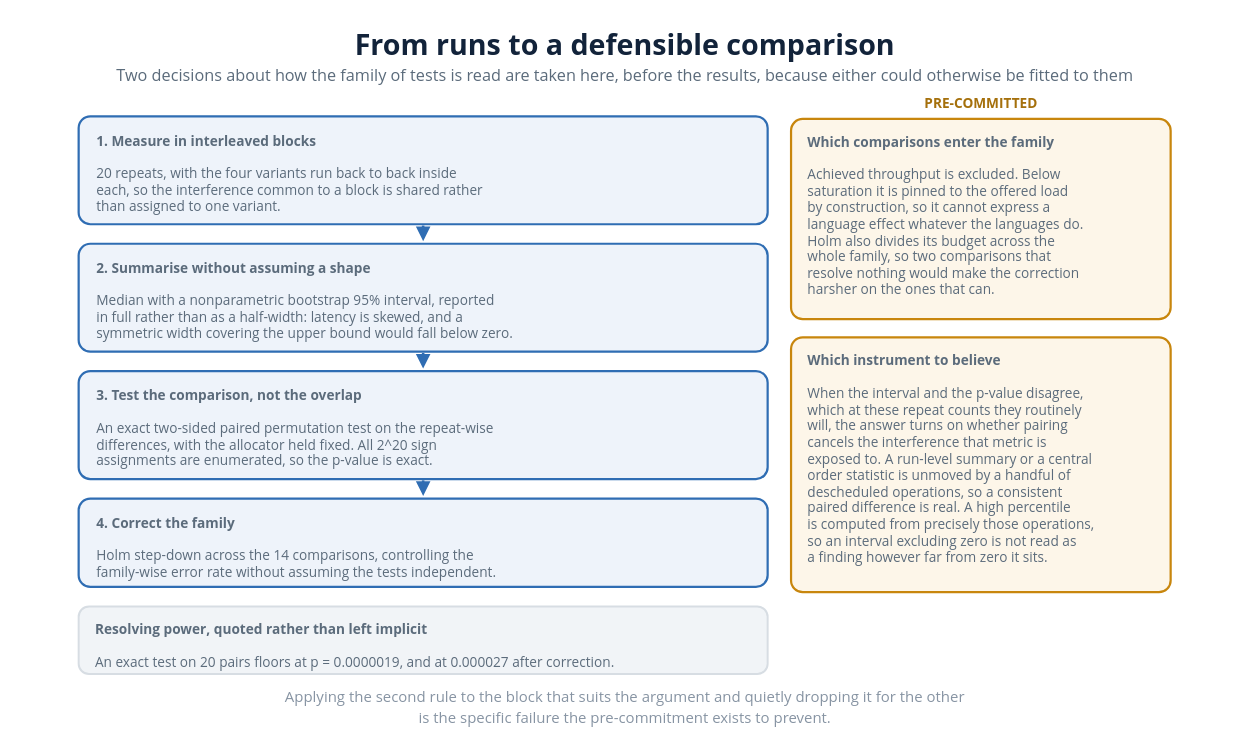
Earlier version of the draw.io diagram diagrams/23_stats_pipeline.drawio (VienThanh12/Master-Thesis). Source tidied: cells renumbered, new cells numbered last; positions are measured from the earlier drawing's top-left corner, leaving out a move shared by most shapes. Both pictures are drawn from the tidied source at 130%, with x=0, y=0 at pixel (22, 21).
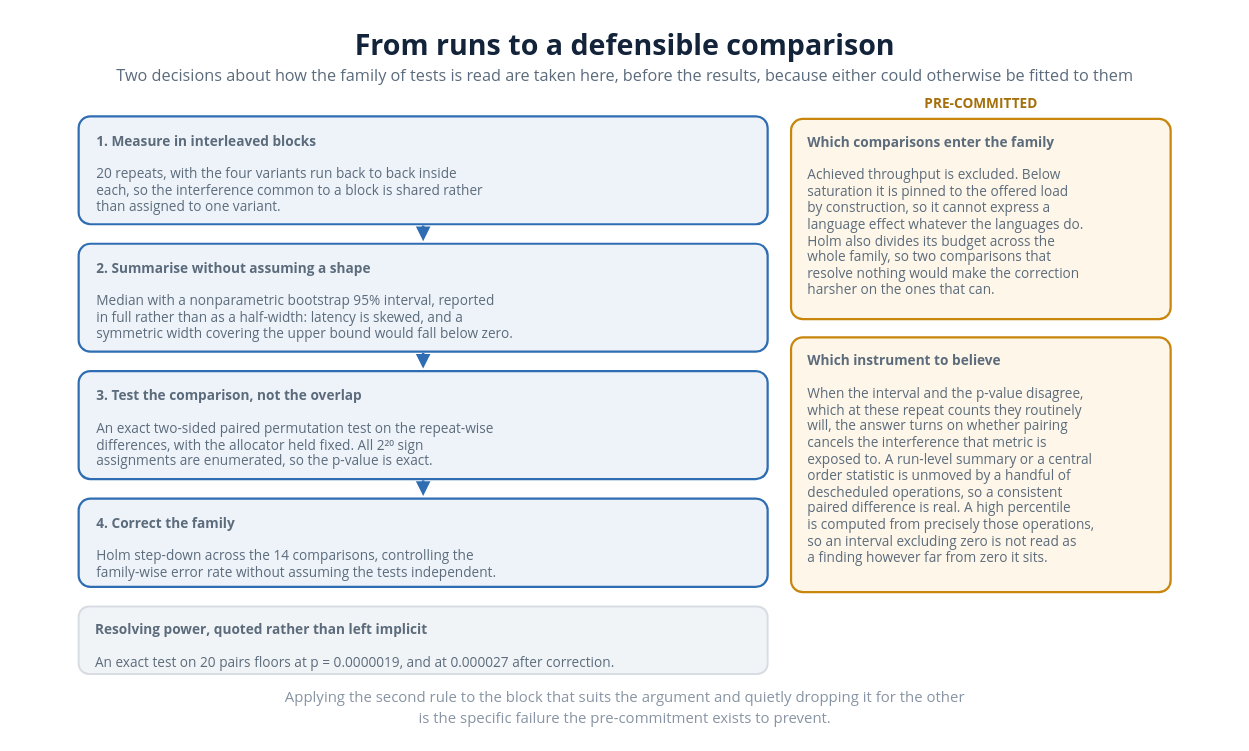
The same diagram, later.

Commit message (it also covers changes not shown here):
Use Unicode superscript for the remaining 2^20 exponent in the stats pipeline diagram

Change to the diagram source:
```diff
@@
 <mxGraphModel>
   <root>
     <mxCell id="0" />
     <mxCell id="1" parent="0" />
     <mxCell id="2" value="From runs to a defensible comparison" style="text;html=1;strokeColor=none;fillColor=none;whiteSpace=nowrap;align=center;verticalAlign=middle;fontSize=22;fontColor=#12233a;fontFamily=Segoe UI;fontStyle=1;" parent="1" vertex="1">
       <mxGeometry x="247.2" y="0.1" width="431.6" height="33" as="geometry" />
     </mxCell>
     <mxCell id="3" value="Two decisions about how the family of tests is read are taken here, before the results, because either could otherwise be fitted to them" style="text;html=1;strokeColor=none;fillColor=none;whiteSpace=nowrap;align=center;verticalAlign=middle;fontSize=12.5;fontColor=#5b6b7b;fontFamily=Segoe UI;" parent="1" vertex="1">
       <mxGeometry x="-0.2" y="31.1" width="926.5" height="18.8" as="geometry" />
     </mxCell>
     <mxCell id="4" value="&lt;b&gt;1.  Measure in interleaved blocks&lt;/b&gt;&lt;br&gt;&lt;br&gt;20 repeats, with the four variants run back to back inside&lt;br&gt;each, so the interference common to a block is shared rather&lt;br&gt;than assigned to one variant." style="rounded=1;whiteSpace=wrap;html=1;absoluteArcSize=1;arcSize=18;fillColor=#eef3fa;strokeColor=#2f6db3;strokeWidth=1.7;align=left;verticalAlign=top;spacingLeft=12;spacingTop=6;spacingRight=6;fontSize=10.5;fontColor=#5b6b7b;fontFamily=Segoe UI;" parent="1" vertex="1">
       <mxGeometry x="43" y="73" width="530" height="83" as="geometry" />
     </mxCell>
     <mxCell id="5" style="html=1;rounded=0;strokeColor=#2f6db3;strokeWidth=2.0;endArrow=block;endFill=1;" parent="1" edge="1">
       <mxGeometry relative="1" as="geometry">
         <mxPoint x="308" y="157" as="sourcePoint" />
         <mxPoint x="308" y="169" as="targetPoint" />
       </mxGeometry>
     </mxCell>
     <mxCell id="6" value="&lt;b&gt;2.  Summarise without assuming a shape&lt;/b&gt;&lt;br&gt;&lt;br&gt;Median with a nonparametric bootstrap 95% interval, reported&lt;br&gt;in full rather than as a half-width: latency is skewed, and a&lt;br&gt;symmetric width covering the upper bound would fall below zero." style="rounded=1;whiteSpace=wrap;html=1;absoluteArcSize=1;arcSize=18;fillColor=#eef3fa;strokeColor=#2f6db3;strokeWidth=1.7;align=left;verticalAlign=top;spacingLeft=12;spacingTop=6;spacingRight=6;fontSize=10.5;fontColor=#5b6b7b;fontFamily=Segoe UI;" parent="1" vertex="1">
       <mxGeometry x="43" y="171" width="530" height="83" as="geometry" />
     </mxCell>
     <mxCell id="7" style="html=1;rounded=0;strokeColor=#2f6db3;strokeWidth=2.0;endArrow=block;endFill=1;" parent="1" edge="1">
       <mxGeometry relative="1" as="geometry">
         <mxPoint x="308" y="255" as="sourcePoint" />
         <mxPoint x="308" y="267" as="targetPoint" />
       </mxGeometry>
     </mxCell>
-    <mxCell id="8" value="&lt;b&gt;3.  Test the comparison, not the overlap&lt;/b&gt;&lt;br&gt;&lt;br&gt;An exact two-sided paired permutation test on the repeat-wise&lt;br&gt;differences, with the allocator held fixed. All 2^20 sign&lt;br&gt;assignments are enumerated, so the p-value is exact." style="rounded=1;whiteSpace=wrap;html=1;absoluteArcSize=1;arcSize=18;fillColor=#eef3fa;strokeColor=#2f6db3;strokeWidth=1.7;align=left;verticalAlign=top;spacingLeft=12;spacingTop=6;spacingRight=6;fontSize=10.5;fontColor=#5b6b7b;fontFamily=Segoe UI;" parent="1" vertex="1">
+    <mxCell id="8" value="&lt;b&gt;3.  Test the comparison, not the overlap&lt;/b&gt;&lt;br&gt;&lt;br&gt;An exact two-sided paired permutation test on the repeat-wise&lt;br&gt;differences, with the allocator held fixed. All 2²⁰ sign&lt;br&gt;assignments are enumerated, so the p-value is exact." style="rounded=1;whiteSpace=wrap;html=1;absoluteArcSize=1;arcSize=18;fillColor=#eef3fa;strokeColor=#2f6db3;strokeWidth=1.7;align=left;verticalAlign=top;spacingLeft=12;spacingTop=6;spacingRight=6;fontSize=10.5;fontColor=#5b6b7b;fontFamily=Segoe UI;" parent="1" vertex="1">
       <mxGeometry x="43" y="269" width="530" height="83" as="geometry" />
     </mxCell>
     <mxCell id="9" style="html=1;rounded=0;strokeColor=#2f6db3;strokeWidth=2.0;endArrow=block;endFill=1;" parent="1" edge="1">
       <mxGeometry relative="1" as="geometry">
         <mxPoint x="308" y="353" as="sourcePoint" />
         <mxPoint x="308" y="365" as="targetPoint" />
       </mxGeometry>
     </mxCell>
     <mxCell id="10" value="&lt;b&gt;4.  Correct the family&lt;/b&gt;&lt;br&gt;&lt;br&gt;Holm step-down across the 14 comparisons, controlling the&lt;br&gt;family-wise error rate without assuming the tests independent." style="rounded=1;whiteSpace=wrap;html=1;absoluteArcSize=1;arcSize=18;fillColor=#eef3fa;strokeColor=#2f6db3;strokeWidth=1.7;align=left;verticalAlign=top;spacingLeft=12;spacingTop=6;spacingRight=6;fontSize=10.5;fontColor=#5b6b7b;fontFamily=Segoe UI;" parent="1" vertex="1">
       <mxGeometry x="43" y="367" width="530" height="68" as="geometry" />
     </mxCell>
     <mxCell id="11" value="&lt;b&gt;Resolving power, quoted rather than left implicit&lt;/b&gt;&lt;br&gt;&lt;br&gt;An exact test on 20 pairs floors at p = 0.0000019, and at 0.000027 after correction." style="rounded=1;whiteSpace=wrap;html=1;absoluteArcSize=1;arcSize=16;fillColor=#f1f4f7;strokeColor=#d7dde3;strokeWidth=1.5;align=left;verticalAlign=top;spacingLeft=11;spacingTop=5;spacingRight=6;fontSize=10.5;fontColor=#5b6b7b;fontFamily=Segoe UI;" parent="1" vertex="1">
       <mxGeometry x="43" y="450" width="530" height="52" as="geometry" />
     </mxCell>
     <mxCell id="12" value="PRE-COMMITTED" style="text;html=1;strokeColor=none;fillColor=none;whiteSpace=nowrap;align=center;verticalAlign=middle;fontSize=10.5;fontColor=#a5700c;fontFamily=Segoe UI;fontStyle=1;" parent="1" vertex="1">
       <mxGeometry x="699.8" y="55" width="74.4" height="15.8" as="geometry" />
     </mxCell>
     <mxCell id="13" value="&lt;b&gt;Which comparisons enter the family&lt;/b&gt;&lt;br&gt;&lt;br&gt;Achieved throughput is excluded. Below&lt;br&gt;saturation it is pinned to the offered load&lt;br&gt;by construction, so it cannot express a&lt;br&gt;language effect whatever the languages do.&lt;br&gt;Holm also divides its budget across the&lt;br&gt;whole family, so two comparisons that&lt;br&gt;resolve nothing would make the correction&lt;br&gt;harsher on the ones that can." style="rounded=1;whiteSpace=wrap;html=1;absoluteArcSize=1;arcSize=18;fillColor=#fdf6e9;strokeColor=#c8860d;strokeWidth=1.7;align=left;verticalAlign=top;spacingLeft=11;spacingTop=5;spacingRight=6;fontSize=10.5;fontColor=#5b6b7b;fontFamily=Segoe UI;" parent="1" vertex="1">
       <mxGeometry x="591" y="75" width="292" height="154" as="geometry" />
     </mxCell>
     <mxCell id="14" value="&lt;b&gt;Which instrument to believe&lt;/b&gt;&lt;br&gt;&lt;br&gt;When the interval and the p-value disagree,&lt;br&gt;which at these repeat counts they routinely&lt;br&gt;will, the answer turns on whether pairing&lt;br&gt;cancels the interference that metric is&lt;br&gt;exposed to. A run-level summary or a central&lt;br&gt;order statistic is unmoved by a handful of&lt;br&gt;descheduled operations, so a consistent&lt;br&gt;paired difference is real. A high percentile&lt;br&gt;is computed from precisely those operations,&lt;br&gt;so an interval excluding zero is not read as&lt;br&gt;a finding however far from zero it sits." style="rounded=1;whiteSpace=wrap;html=1;absoluteArcSize=1;arcSize=18;fillColor=#fdf6e9;strokeColor=#c8860d;strokeWidth=1.7;align=left;verticalAlign=top;spacingLeft=11;spacingTop=5;spacingRight=6;fontSize=10.5;fontColor=#5b6b7b;fontFamily=Segoe UI;" parent="1" vertex="1">
       <mxGeometry x="591" y="243" width="292" height="196" as="geometry" />
     </mxCell>
     <mxCell id="15" value="Applying the second rule to the block that suits the argument and quietly dropping it for the other" style="text;html=1;strokeColor=none;fillColor=none;whiteSpace=nowrap;align=center;verticalAlign=middle;fontSize=11.5;fontColor=#8794a3;fontFamily=Segoe UI;" parent="1" vertex="1">
       <mxGeometry x="152.8" y="510.1" width="620.5" height="17.2" as="geometry" />
     </mxCell>
     <mxCell id="16" value="is the specific failure the pre-commitment exists to prevent." style="text;html=1;strokeColor=none;fillColor=none;whiteSpace=nowrap;align=center;verticalAlign=middle;fontSize=11.5;fontColor=#8794a3;fontFamily=Segoe UI;" parent="1" vertex="1">
       <mxGeometry x="271.8" y="526.1" width="382.3" height="17.2" as="geometry" />
     </mxCell>
   </root>
 </mxGraphModel>
```
